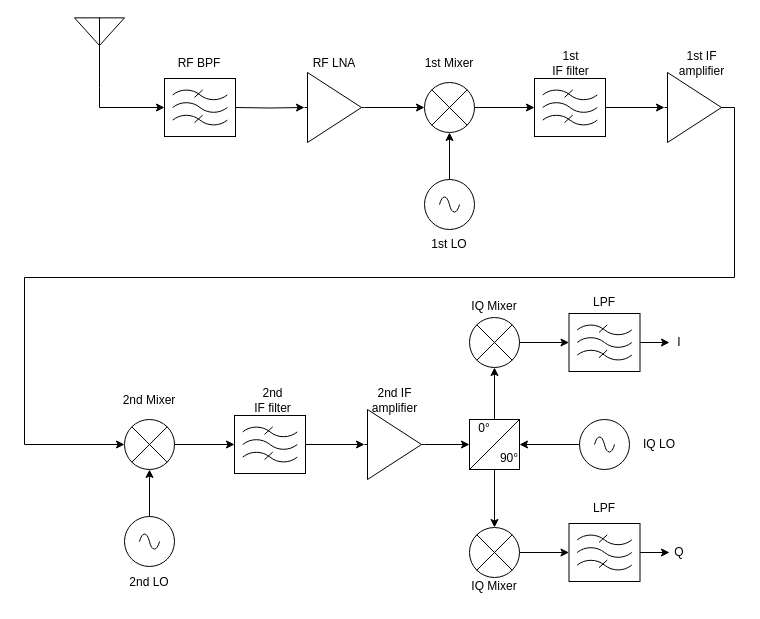
Earlier version of the draw.io diagram gitfigures/system_design/rf_front_end/superheterodynereceiver.drawio (Niclasapdk/esd5_project). Source tidied: cells renumbered, new cells numbered last; positions are measured from the earlier drawing's top-left corner, leaving out a move shared by most shapes. Both pictures are drawn from the tidied source at 100%, with x=0, y=0 at pixel (24, 17).
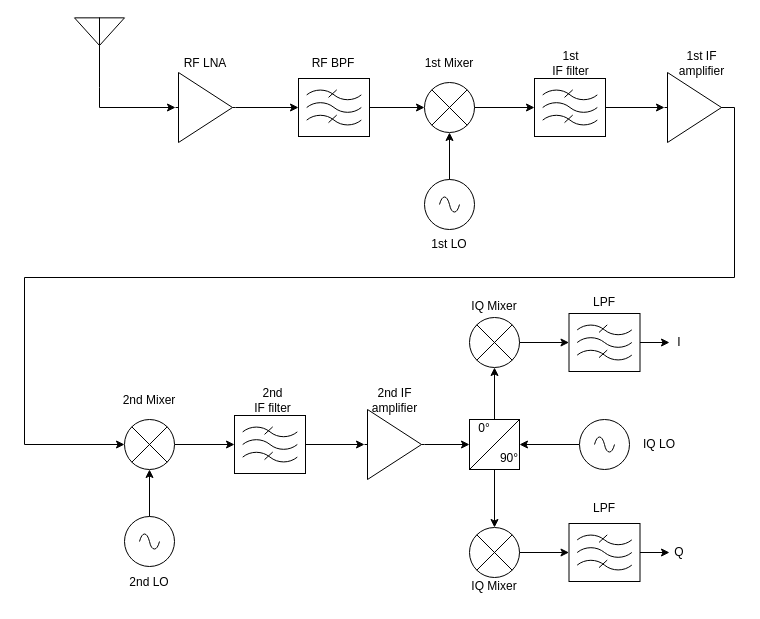
The same diagram, later.

Unchanged cells that the change refers to:
```xml
<mxCell id="3" style="verticalLabelPosition=bottom;shadow=0;dashed=0;align=center;html=1;verticalAlign=top;shape=mxgraph.electrical.radio.aerial_-_antenna_2;" parent="1" vertex="1">
  <mxGeometry x="50" width="50" height="70" as="geometry" />
</mxCell>
<mxCell id="32" style="verticalLabelPosition=bottom;shadow=0;dashed=0;align=center;html=1;verticalAlign=top;shape=mxgraph.electrical.abstract.multiplier;" parent="1" vertex="1">
  <mxGeometry x="400" y="65" width="50" height="50" as="geometry" />
</mxCell>
```

The edit, as a diff of the source:
```diff
@@
-    <mxCell id="2" style="edgeStyle=orthogonalEdgeStyle;rounded=0;jettySize=auto;html=1;entryX=0;entryY=0.5;entryDx=0;entryDy=0;entryPerimeter=0;" parent="1" edge="1" source="3">
-      <mxGeometry relative="1" as="geometry">
-        <mxPoint x="140" y="90" as="targetPoint" />
-        <Array as="points">
-          <mxPoint x="75" y="90" />
-        </Array>
-      </mxGeometry>
-    </mxCell>
@@
-    <mxCell id="4" style="verticalLabelPosition=bottom;shadow=0;dashed=0;align=center;html=1;verticalAlign=top;shape=mxgraph.electrical.abstract.amplifier;" parent="1" vertex="1">
-      <mxGeometry x="280" y="55" width="60" height="70" as="geometry" />
-    </mxCell>
-    <mxCell id="5" style="edgeStyle=orthogonalEdgeStyle;rounded=0;jettySize=auto;html=1;entryX=0;entryY=0.5;entryDx=0;entryDy=0;entryPerimeter=0;" parent="1" edge="1" target="4">
-      <mxGeometry relative="1" as="geometry">
-        <mxPoint x="210" y="90" as="sourcePoint" />
-      </mxGeometry>
-    </mxCell>
-    <mxCell id="6" style="verticalLabelPosition=bottom;shadow=0;dashed=0;align=center;html=1;verticalAlign=top;shape=mxgraph.electrical.abstract.filter;" parent="1" vertex="1">
-      <mxGeometry x="140" y="61" width="71" height="58" as="geometry" />
-    </mxCell>
@@
-    <mxCell id="25" value="RF BPF" style="text;html=1;align=center;verticalAlign=middle;whiteSpace=wrap;rounded=0;" parent="1" vertex="1">
-      <mxGeometry x="145" y="31" width="60" height="30" as="geometry" />
-    </mxCell>
-    <mxCell id="26" value="RF LNA" style="text;html=1;align=center;verticalAlign=middle;whiteSpace=wrap;rounded=0;" parent="1" vertex="1">
-      <mxGeometry x="280" y="31" width="60" height="30" as="geometry" />
-    </mxCell>
@@
-    <mxCell id="34" style="edgeStyle=orthogonalEdgeStyle;rounded=0;jettySize=auto;html=1;entryX=0;entryY=0.5;entryDx=0;entryDy=0;entryPerimeter=0;" parent="1" edge="1" source="4" target="32">
-      <mxGeometry relative="1" as="geometry" />
-    </mxCell>
@@
+    <mxCell id="57" style="group;" parent="1" vertex="1">
+      <mxGeometry x="274" y="31" width="71" height="88" as="geometry" />
+    </mxCell>
+    <mxCell id="6" style="verticalLabelPosition=bottom;shadow=0;dashed=0;align=center;html=1;verticalAlign=top;shape=mxgraph.electrical.abstract.filter;" parent="57" vertex="1">
+      <mxGeometry y="30" width="71" height="58" as="geometry" />
+    </mxCell>
+    <mxCell id="25" value="RF BPF" style="text;html=1;align=center;verticalAlign=middle;whiteSpace=wrap;rounded=0;" parent="57" vertex="1">
+      <mxGeometry x="5" width="60" height="30" as="geometry" />
+    </mxCell>
+    <mxCell id="58" style="group;" parent="1" vertex="1">
+      <mxGeometry x="151" y="31" width="60" height="94" as="geometry" />
+    </mxCell>
+    <mxCell id="4" style="verticalLabelPosition=bottom;shadow=0;dashed=0;align=center;html=1;verticalAlign=top;shape=mxgraph.electrical.abstract.amplifier;" parent="58" vertex="1">
+      <mxGeometry y="24" width="60" height="70" as="geometry" />
+    </mxCell>
+    <mxCell id="26" value="RF LNA" style="text;html=1;align=center;verticalAlign=middle;whiteSpace=wrap;rounded=0;" parent="58" vertex="1">
+      <mxGeometry width="60" height="30" as="geometry" />
+    </mxCell>
+    <mxCell id="59" style="edgeStyle=orthogonalEdgeStyle;rounded=0;jettySize=auto;html=1;exitX=1;exitY=0.5;exitDx=0;exitDy=0;exitPerimeter=0;entryX=0;entryY=0.5;entryDx=0;entryDy=0;entryPerimeter=0;" parent="1" edge="1" source="4" target="6">
+      <mxGeometry relative="1" as="geometry" />
+    </mxCell>
+    <mxCell id="60" style="edgeStyle=orthogonalEdgeStyle;rounded=0;jettySize=auto;html=1;exitX=0.5;exitY=1;exitDx=0;exitDy=0;exitPerimeter=0;entryX=0;entryY=0.5;entryDx=0;entryDy=0;entryPerimeter=0;" parent="1" edge="1" source="3" target="4">
+      <mxGeometry relative="1" as="geometry" />
+    </mxCell>
+    <mxCell id="61" style="edgeStyle=orthogonalEdgeStyle;rounded=0;jettySize=auto;html=1;exitX=1;exitY=0.5;exitDx=0;exitDy=0;exitPerimeter=0;entryX=0;entryY=0.5;entryDx=0;entryDy=0;entryPerimeter=0;" parent="1" edge="1" source="6" target="32">
+      <mxGeometry relative="1" as="geometry" />
+    </mxCell>
```
